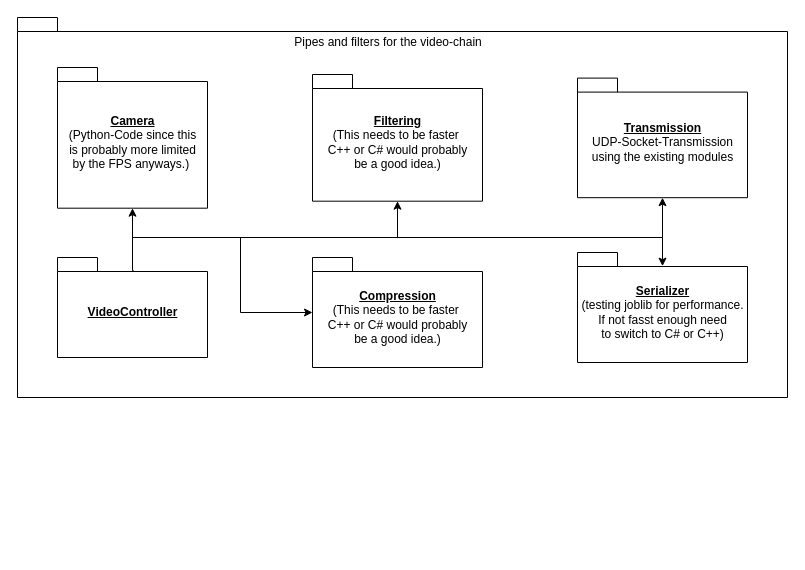
Above: page "Page-1" (1 of 2) of Video/Architecture/Video_Architecture.drawio in Uhgtred/HomeExplorer (draw.io), before the change. Source tidied: cells renumbered, new cells numbered last; positions are measured from the earlier drawing's top-left corner, leaving out a move shared by most shapes. Both pictures are drawn from the tidied source at 100%, with x=0, y=0 at pixel (17, 17).
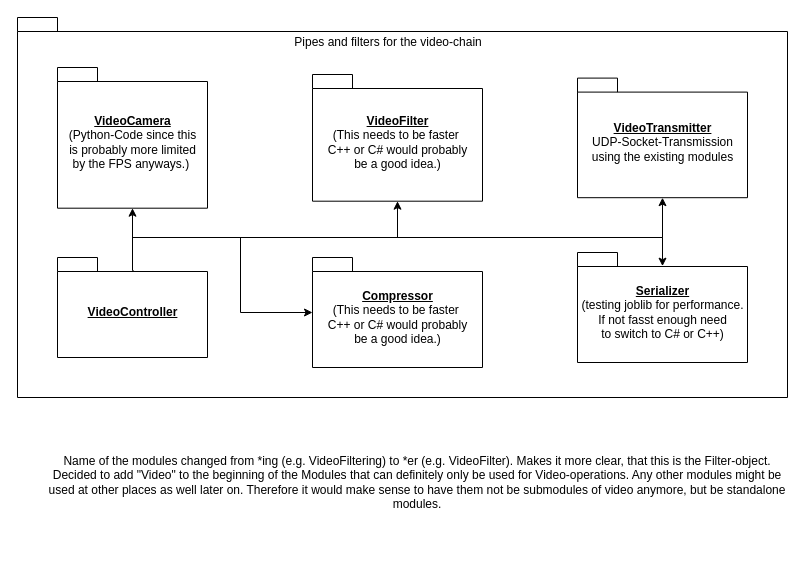
The same page after the edit.

Unchanged cells that the change refers to:
```xml
<mxCell id="2" style="group;" parent="1" vertex="1">
  <mxGeometry width="770" height="380" as="geometry" />
</mxCell>
```

The edit, as a diff of the source:
```diff
@@
-    <mxCell id="4" value="&lt;u&gt;Camera&lt;/u&gt;&lt;br&gt;&lt;span style=&quot;font-weight: normal;&quot;&gt;(Python-Code since this &lt;br&gt;is probably more limited&lt;br&gt;by the FPS anyways.)&lt;/span&gt;&amp;nbsp;" style="shape=folder;fontStyle=1;spacingTop=10;tabWidth=40;tabHeight=14;tabPosition=left;html=1;" parent="2" vertex="1">
+    <mxCell id="4" value="&lt;u&gt;VideoCamera&lt;/u&gt;&lt;br&gt;&lt;span style=&quot;font-weight: normal;&quot;&gt;(Python-Code since this &lt;br&gt;is probably more limited&lt;br&gt;by the FPS anyways.)&lt;/span&gt;&amp;nbsp;" style="shape=folder;fontStyle=1;spacingTop=10;tabWidth=40;tabHeight=14;tabPosition=left;html=1;" parent="2" vertex="1">
       <mxGeometry x="40" y="50" width="150" height="140.7" as="geometry" />
     </mxCell>
-    <mxCell id="5" value="&lt;u&gt;Filtering&lt;/u&gt;&lt;br&gt;&lt;span style=&quot;font-weight: normal;&quot;&gt;(This needs to be faster&amp;nbsp;&lt;br&gt;C++ or C# would probably&lt;br&gt;be a good idea.)&lt;/span&gt;" style="shape=folder;fontStyle=1;spacingTop=10;tabWidth=40;tabHeight=14;tabPosition=left;html=1;" parent="2" vertex="1">
+    <mxCell id="5" value="&lt;u&gt;VideoFilter&lt;/u&gt;&lt;br&gt;&lt;span style=&quot;font-weight: normal;&quot;&gt;(This needs to be faster&amp;nbsp;&lt;br&gt;C++ or C# would probably&lt;br&gt;be a good idea.)&lt;/span&gt;" style="shape=folder;fontStyle=1;spacingTop=10;tabWidth=40;tabHeight=14;tabPosition=left;html=1;" parent="2" vertex="1">
       <mxGeometry x="295" y="57" width="170" height="126.7" as="geometry" />
     </mxCell>
-    <mxCell id="6" value="&lt;u&gt;Transmission&lt;/u&gt;&lt;br&gt;&lt;span style=&quot;font-weight: normal;&quot;&gt;UDP-Socket-Transmission&lt;br&gt;using the existing modules&lt;/span&gt;" style="shape=folder;fontStyle=1;spacingTop=10;tabWidth=40;tabHeight=14;tabPosition=left;html=1;" parent="2" vertex="1">
+    <mxCell id="6" value="&lt;u&gt;VideoTransmitter&lt;/u&gt;&lt;br&gt;&lt;span style=&quot;font-weight: normal;&quot;&gt;UDP-Socket-Transmission&lt;br&gt;using the existing modules&lt;/span&gt;" style="shape=folder;fontStyle=1;spacingTop=10;tabWidth=40;tabHeight=14;tabPosition=left;html=1;" parent="2" vertex="1">
       <mxGeometry x="560" y="60.6" width="170" height="119.6" as="geometry" />
     </mxCell>
-    <mxCell id="7" value="&lt;u&gt;Compression&lt;/u&gt;&lt;br&gt;&lt;span style=&quot;font-weight: normal;&quot;&gt;(This needs to be faster&amp;nbsp;&lt;br&gt;C++ or C# would probably&lt;br&gt;be a good idea.)&lt;/span&gt;&lt;u&gt;&lt;br&gt;&lt;/u&gt;" style="shape=folder;fontStyle=1;spacingTop=10;tabWidth=40;tabHeight=14;tabPosition=left;html=1;" parent="2" vertex="1">
+    <mxCell id="7" value="&lt;u&gt;Compressor&lt;/u&gt;&lt;br&gt;&lt;span style=&quot;font-weight: normal;&quot;&gt;(This needs to be faster&amp;nbsp;&lt;br&gt;C++ or C# would probably&lt;br&gt;be a good idea.)&lt;/span&gt;&lt;u&gt;&lt;br&gt;&lt;/u&gt;" style="shape=folder;fontStyle=1;spacingTop=10;tabWidth=40;tabHeight=14;tabPosition=left;html=1;" parent="2" vertex="1">
       <mxGeometry x="295" y="240" width="170" height="110" as="geometry" />
     </mxCell>
@@
+    <mxCell id="16" value="Name of the modules changed from *ing (e.g. VideoFiltering) to *er (e.g. VideoFilter). Makes it more clear, that this is the Filter-object.&lt;br&gt;Decided to add &quot;Video&quot; to the beginning of the Modules that can definitely only be used for Video-operations. Any other modules might be used at other places as well later on. Therefore it would make sense to have them not be submodules of video anymore, but be standalone modules." style="text;html=1;strokeColor=none;fillColor=none;align=center;verticalAlign=middle;whiteSpace=wrap;rounded=0;" parent="1" vertex="1">
+      <mxGeometry x="30" y="395" width="740" height="140" as="geometry" />
+    </mxCell>
```
